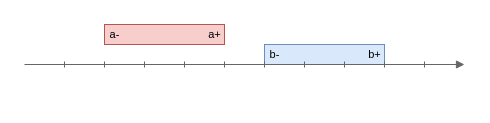
This is page "ToSave" (1 of 4) of res/resources.drawio from gchudnov/mindthegap, a draw.io file, before an edit. Source tidied: cells renumbered, new cells numbered last; positions are measured from the earlier drawing's top-left corner, leaving out a move shared by most shapes. Both pictures are drawn from the tidied source at 100%, with x=0, y=0 at pixel (24, 24).
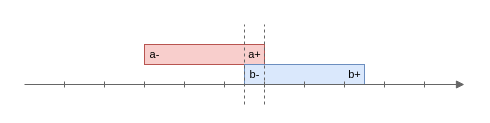
After the change.

Change to the diagram source:
```diff
@@
-    <mxCell id="2" style="rounded=0;whiteSpace=wrap;html=1;fontSize=12;strokeWidth=1;fillColor=#f8cecc;strokeColor=#b85450;" parent="1" vertex="1">
-      <mxGeometry x="80" width="120" height="20" as="geometry" />
-    </mxCell>
-    <mxCell id="3" style="rounded=0;whiteSpace=wrap;html=1;fontSize=12;strokeWidth=1;fillColor=#dae8fc;strokeColor=#6c8ebf;" parent="1" vertex="1">
-      <mxGeometry x="240" y="20" width="120" height="20" as="geometry" />
-    </mxCell>
-    <mxCell id="4" style="endArrow=block;html=1;fontSize=12;strokeWidth=1;fillColor=#f5f5f5;strokeColor=#666666;endFill=1;" parent="1" edge="1">
-      <mxGeometry relative="1" as="geometry">
-        <mxPoint y="40" as="sourcePoint" />
-        <mxPoint x="440" y="40" as="targetPoint" />
-      </mxGeometry>
-    </mxCell>
+    <mxCell id="19" style="group;" parent="1" vertex="1">
+      <mxGeometry x="120" y="20" width="120" height="20" as="geometry" />
+    </mxCell>
+    <mxCell id="20" style="rounded=0;whiteSpace=wrap;html=1;fontSize=12;strokeWidth=1;fillColor=#f8cecc;strokeColor=#b85450;" parent="19" vertex="1">
+      <mxGeometry width="120" height="20" as="geometry" />
+    </mxCell>
-    <mxCell id="5" value="&lt;p style=&quot;line-height: 1.2&quot;&gt;a-&lt;/p&gt;" style="text;html=1;strokeColor=none;fillColor=none;align=center;verticalAlign=middle;rounded=0;fontSize=11;labelPosition=center;verticalLabelPosition=middle;horizontal=1;" parent="1" vertex="1">
-      <mxGeometry x="80" width="20" height="20" as="geometry" />
+    <mxCell id="5" value="&lt;p style=&quot;line-height: 1.2&quot;&gt;a-&lt;/p&gt;" style="text;html=1;strokeColor=none;fillColor=none;align=center;verticalAlign=middle;rounded=0;fontSize=11;labelPosition=center;verticalLabelPosition=middle;horizontal=1;" parent="19" vertex="1">
+      <mxGeometry width="20" height="20" as="geometry" />
     </mxCell>
-    <mxCell id="6" value="a+" style="text;html=1;strokeColor=none;fillColor=none;align=center;verticalAlign=middle;rounded=0;fontSize=11;spacing=2;" parent="1" vertex="1">
-      <mxGeometry x="180" width="20" height="20" as="geometry" />
+    <mxCell id="6" value="a+" style="text;html=1;strokeColor=none;fillColor=none;align=center;verticalAlign=middle;rounded=0;fontSize=11;spacing=2;" parent="19" vertex="1">
+      <mxGeometry x="100" width="20" height="20" as="geometry" />
     </mxCell>
+    <mxCell id="21" style="group;" parent="1" vertex="1">
+      <mxGeometry x="220" y="40" width="120" height="20" as="geometry" />
+    </mxCell>
+    <mxCell id="22" style="rounded=0;whiteSpace=wrap;html=1;fontSize=12;strokeWidth=1;fillColor=#dae8fc;strokeColor=#6c8ebf;" parent="21" vertex="1">
+      <mxGeometry width="120" height="20" as="geometry" />
+    </mxCell>
-    <mxCell id="7" value="b-" style="text;html=1;strokeColor=none;fillColor=none;align=center;verticalAlign=middle;rounded=0;fontSize=11;" parent="1" vertex="1">
-      <mxGeometry x="240" y="20" width="20" height="20" as="geometry" />
+    <mxCell id="7" value="b-" style="text;html=1;strokeColor=none;fillColor=none;align=center;verticalAlign=middle;rounded=0;fontSize=11;" parent="21" vertex="1">
+      <mxGeometry width="20" height="20" as="geometry" />
     </mxCell>
-    <mxCell id="8" value="b+" style="text;strokeColor=none;fillColor=none;align=center;verticalAlign=middle;rounded=0;fontSize=11;html=1;spacing=2;" parent="1" vertex="1">
-      <mxGeometry x="340" y="20" width="20" height="20" as="geometry" />
+    <mxCell id="8" value="b+" style="text;strokeColor=none;fillColor=none;align=center;verticalAlign=middle;rounded=0;fontSize=11;html=1;spacing=2;" parent="21" vertex="1">
+      <mxGeometry x="100" width="20" height="20" as="geometry" />
     </mxCell>
-    <mxCell id="9" style="endArrow=none;html=1;fontSize=12;spacing=2;strokeWidth=1;fillColor=#f5f5f5;strokeColor=#666666;" parent="1" edge="1">
-      <mxGeometry relative="1" as="geometry">
-        <mxPoint x="80" y="43" as="sourcePoint" />
-        <mxPoint x="80" y="37" as="targetPoint" />
-      </mxGeometry>
-    </mxCell>
-    <mxCell id="10" style="endArrow=none;html=1;fontSize=12;spacing=2;strokeWidth=1;fillColor=#f5f5f5;strokeColor=#666666;" parent="1" edge="1">
-      <mxGeometry relative="1" as="geometry">
-        <mxPoint x="120" y="43" as="sourcePoint" />
-        <mxPoint x="120" y="37" as="targetPoint" />
-      </mxGeometry>
-    </mxCell>
-    <mxCell id="11" style="endArrow=none;html=1;fontSize=12;spacing=2;strokeWidth=1;fillColor=#f5f5f5;strokeColor=#666666;" parent="1" edge="1">
-      <mxGeometry relative="1" as="geometry">
-        <mxPoint x="160" y="43" as="sourcePoint" />
-        <mxPoint x="160" y="37" as="targetPoint" />
-      </mxGeometry>
-    </mxCell>
-    <mxCell id="12" style="endArrow=none;html=1;fontSize=12;spacing=2;strokeWidth=1;fillColor=#f5f5f5;strokeColor=#666666;" parent="1" edge="1">
-      <mxGeometry relative="1" as="geometry">
-        <mxPoint x="200" y="43" as="sourcePoint" />
-        <mxPoint x="200" y="37" as="targetPoint" />
-      </mxGeometry>
-    </mxCell>
-    <mxCell id="13" style="endArrow=none;html=1;fontSize=12;spacing=2;strokeWidth=1;fillColor=#f5f5f5;strokeColor=#666666;" parent="1" edge="1">
-      <mxGeometry relative="1" as="geometry">
-        <mxPoint x="240" y="43" as="sourcePoint" />
-        <mxPoint x="240" y="37" as="targetPoint" />
-      </mxGeometry>
-    </mxCell>
-    <mxCell id="14" style="endArrow=none;html=1;fontSize=12;spacing=2;strokeWidth=1;fillColor=#f5f5f5;strokeColor=#666666;" parent="1" edge="1">
-      <mxGeometry relative="1" as="geometry">
-        <mxPoint x="280" y="43" as="sourcePoint" />
-        <mxPoint x="280" y="37" as="targetPoint" />
-      </mxGeometry>
-    </mxCell>
-    <mxCell id="15" style="endArrow=none;html=1;fontSize=12;spacing=2;strokeWidth=1;fillColor=#f5f5f5;strokeColor=#666666;" parent="1" edge="1">
-      <mxGeometry relative="1" as="geometry">
-        <mxPoint x="320" y="43" as="sourcePoint" />
-        <mxPoint x="320" y="37" as="targetPoint" />
-      </mxGeometry>
-    </mxCell>
-    <mxCell id="16" style="endArrow=none;html=1;fontSize=12;spacing=2;strokeWidth=1;fillColor=#f5f5f5;strokeColor=#666666;" parent="1" edge="1">
-      <mxGeometry relative="1" as="geometry">
-        <mxPoint x="360" y="43" as="sourcePoint" />
-        <mxPoint x="360" y="37" as="targetPoint" />
-      </mxGeometry>
-    </mxCell>
-    <mxCell id="17" style="endArrow=none;html=1;fontSize=12;spacing=2;strokeWidth=1;fillColor=#f5f5f5;strokeColor=#666666;" parent="1" edge="1">
-      <mxGeometry relative="1" as="geometry">
-        <mxPoint x="40" y="43" as="sourcePoint" />
-        <mxPoint x="40" y="37" as="targetPoint" />
-      </mxGeometry>
-    </mxCell>
-    <mxCell id="18" style="endArrow=none;html=1;fontSize=12;spacing=2;strokeWidth=1;fillColor=#f5f5f5;strokeColor=#666666;" parent="1" edge="1">
-      <mxGeometry relative="1" as="geometry">
-        <mxPoint x="400" y="43" as="sourcePoint" />
-        <mxPoint x="400" y="37" as="targetPoint" />
-      </mxGeometry>
-    </mxCell>
+    <mxCell id="23" style="group;" parent="1" vertex="1">
+      <mxGeometry y="57" width="440" height="6" as="geometry" />
+    </mxCell>
+    <mxCell id="24" style="endArrow=block;html=1;fontSize=12;strokeWidth=1;fillColor=#f5f5f5;strokeColor=#666666;endFill=1;" parent="23" edge="1">
+      <mxGeometry relative="1" as="geometry">
+        <mxPoint y="3" as="sourcePoint" />
+        <mxPoint x="440" y="3" as="targetPoint" />
+      </mxGeometry>
+    </mxCell>
+    <mxCell id="25" style="endArrow=none;html=1;fontSize=12;spacing=2;strokeWidth=1;fillColor=#f5f5f5;strokeColor=#666666;" parent="23" edge="1">
+      <mxGeometry relative="1" as="geometry">
+        <mxPoint x="80" y="6" as="sourcePoint" />
+        <mxPoint x="80" as="targetPoint" />
+      </mxGeometry>
+    </mxCell>
+    <mxCell id="26" style="endArrow=none;html=1;fontSize=12;spacing=2;strokeWidth=1;fillColor=#f5f5f5;strokeColor=#666666;" parent="23" edge="1">
+      <mxGeometry relative="1" as="geometry">
+        <mxPoint x="120" y="6" as="sourcePoint" />
+        <mxPoint x="120" as="targetPoint" />
+      </mxGeometry>
+    </mxCell>
+    <mxCell id="27" style="endArrow=none;html=1;fontSize=12;spacing=2;strokeWidth=1;fillColor=#f5f5f5;strokeColor=#666666;" parent="23" edge="1">
+      <mxGeometry relative="1" as="geometry">
+        <mxPoint x="160" y="6" as="sourcePoint" />
+        <mxPoint x="160" as="targetPoint" />
+      </mxGeometry>
+    </mxCell>
+    <mxCell id="28" style="endArrow=none;html=1;fontSize=12;spacing=2;strokeWidth=1;fillColor=#f5f5f5;strokeColor=#666666;" parent="23" edge="1">
+      <mxGeometry relative="1" as="geometry">
+        <mxPoint x="200" y="6" as="sourcePoint" />
+        <mxPoint x="200" as="targetPoint" />
+      </mxGeometry>
+    </mxCell>
+    <mxCell id="29" style="endArrow=none;html=1;fontSize=12;spacing=2;strokeWidth=1;fillColor=#f5f5f5;strokeColor=#666666;" parent="23" edge="1">
+      <mxGeometry relative="1" as="geometry">
+        <mxPoint x="240" y="6" as="sourcePoint" />
+        <mxPoint x="240" as="targetPoint" />
+      </mxGeometry>
+    </mxCell>
+    <mxCell id="30" style="endArrow=none;html=1;fontSize=12;spacing=2;strokeWidth=1;fillColor=#f5f5f5;strokeColor=#666666;" parent="23" edge="1">
+      <mxGeometry relative="1" as="geometry">
+        <mxPoint x="280" y="6" as="sourcePoint" />
+        <mxPoint x="280" as="targetPoint" />
+      </mxGeometry>
+    </mxCell>
+    <mxCell id="31" style="endArrow=none;html=1;fontSize=12;spacing=2;strokeWidth=1;fillColor=#f5f5f5;strokeColor=#666666;" parent="23" edge="1">
+      <mxGeometry relative="1" as="geometry">
+        <mxPoint x="320" y="6" as="sourcePoint" />
+        <mxPoint x="320" as="targetPoint" />
+      </mxGeometry>
+    </mxCell>
+    <mxCell id="32" style="endArrow=none;html=1;fontSize=12;spacing=2;strokeWidth=1;fillColor=#f5f5f5;strokeColor=#666666;" parent="23" edge="1">
+      <mxGeometry relative="1" as="geometry">
+        <mxPoint x="360" y="6" as="sourcePoint" />
+        <mxPoint x="360" as="targetPoint" />
+      </mxGeometry>
+    </mxCell>
+    <mxCell id="33" style="endArrow=none;html=1;fontSize=12;spacing=2;strokeWidth=1;fillColor=#f5f5f5;strokeColor=#666666;" parent="23" edge="1">
+      <mxGeometry relative="1" as="geometry">
+        <mxPoint x="40" y="6" as="sourcePoint" />
+        <mxPoint x="40" as="targetPoint" />
+      </mxGeometry>
+    </mxCell>
+    <mxCell id="34" style="endArrow=none;html=1;fontSize=12;spacing=2;strokeWidth=1;fillColor=#f5f5f5;strokeColor=#666666;" parent="23" edge="1">
+      <mxGeometry relative="1" as="geometry">
+        <mxPoint x="400" y="6" as="sourcePoint" />
+        <mxPoint x="400" as="targetPoint" />
+      </mxGeometry>
+    </mxCell>
+    <mxCell id="35" style="endArrow=none;dashed=1;html=1;strokeWidth=1;fontSize=11;fillColor=#f5f5f5;strokeColor=#666666;" parent="1" edge="1">
+      <mxGeometry relative="1" as="geometry">
+        <mxPoint x="240" y="80" as="sourcePoint" />
+        <mxPoint x="240" as="targetPoint" />
+      </mxGeometry>
+    </mxCell>
+    <mxCell id="36" style="endArrow=none;dashed=1;html=1;strokeWidth=1;fontSize=11;fillColor=#f5f5f5;strokeColor=#666666;" parent="1" edge="1">
+      <mxGeometry relative="1" as="geometry">
+        <mxPoint x="220" y="80" as="sourcePoint" />
+        <mxPoint x="220" as="targetPoint" />
+      </mxGeometry>
+    </mxCell>
```
